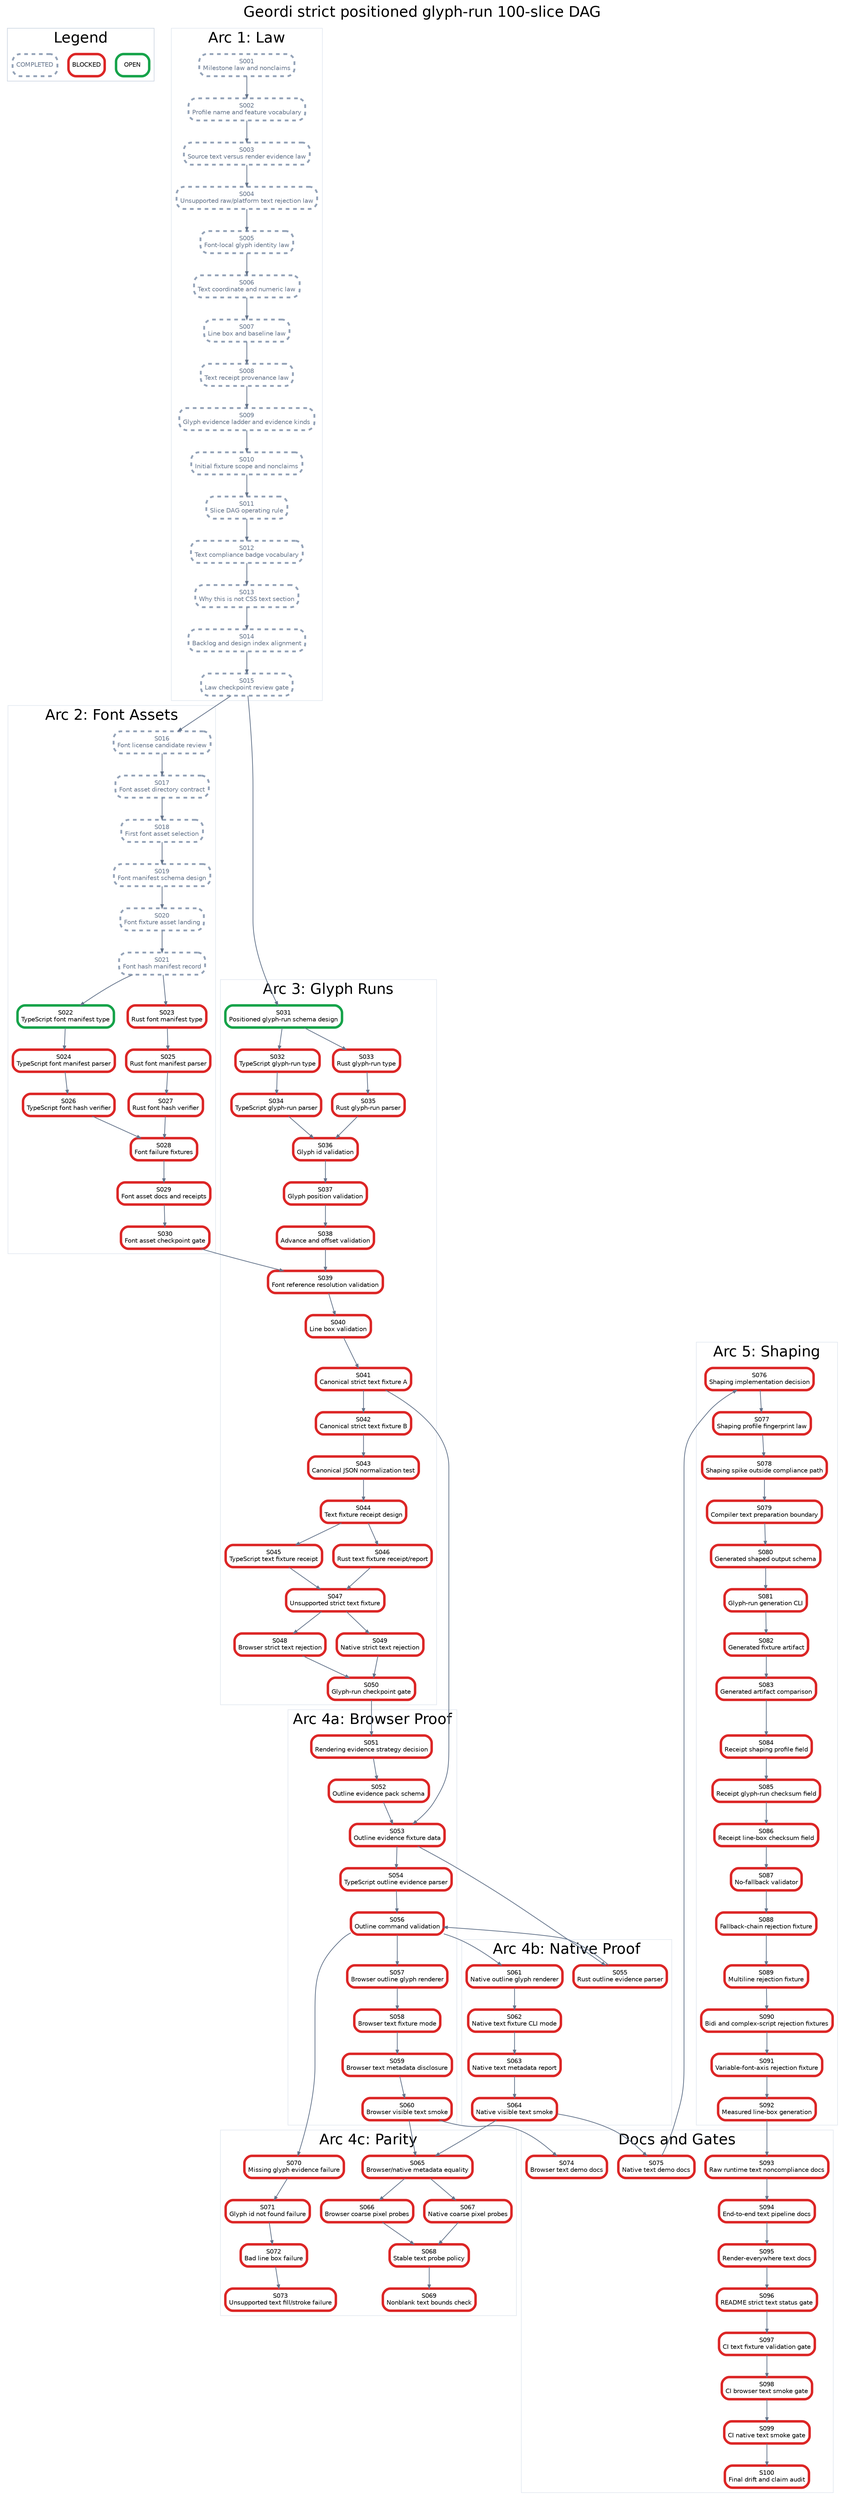
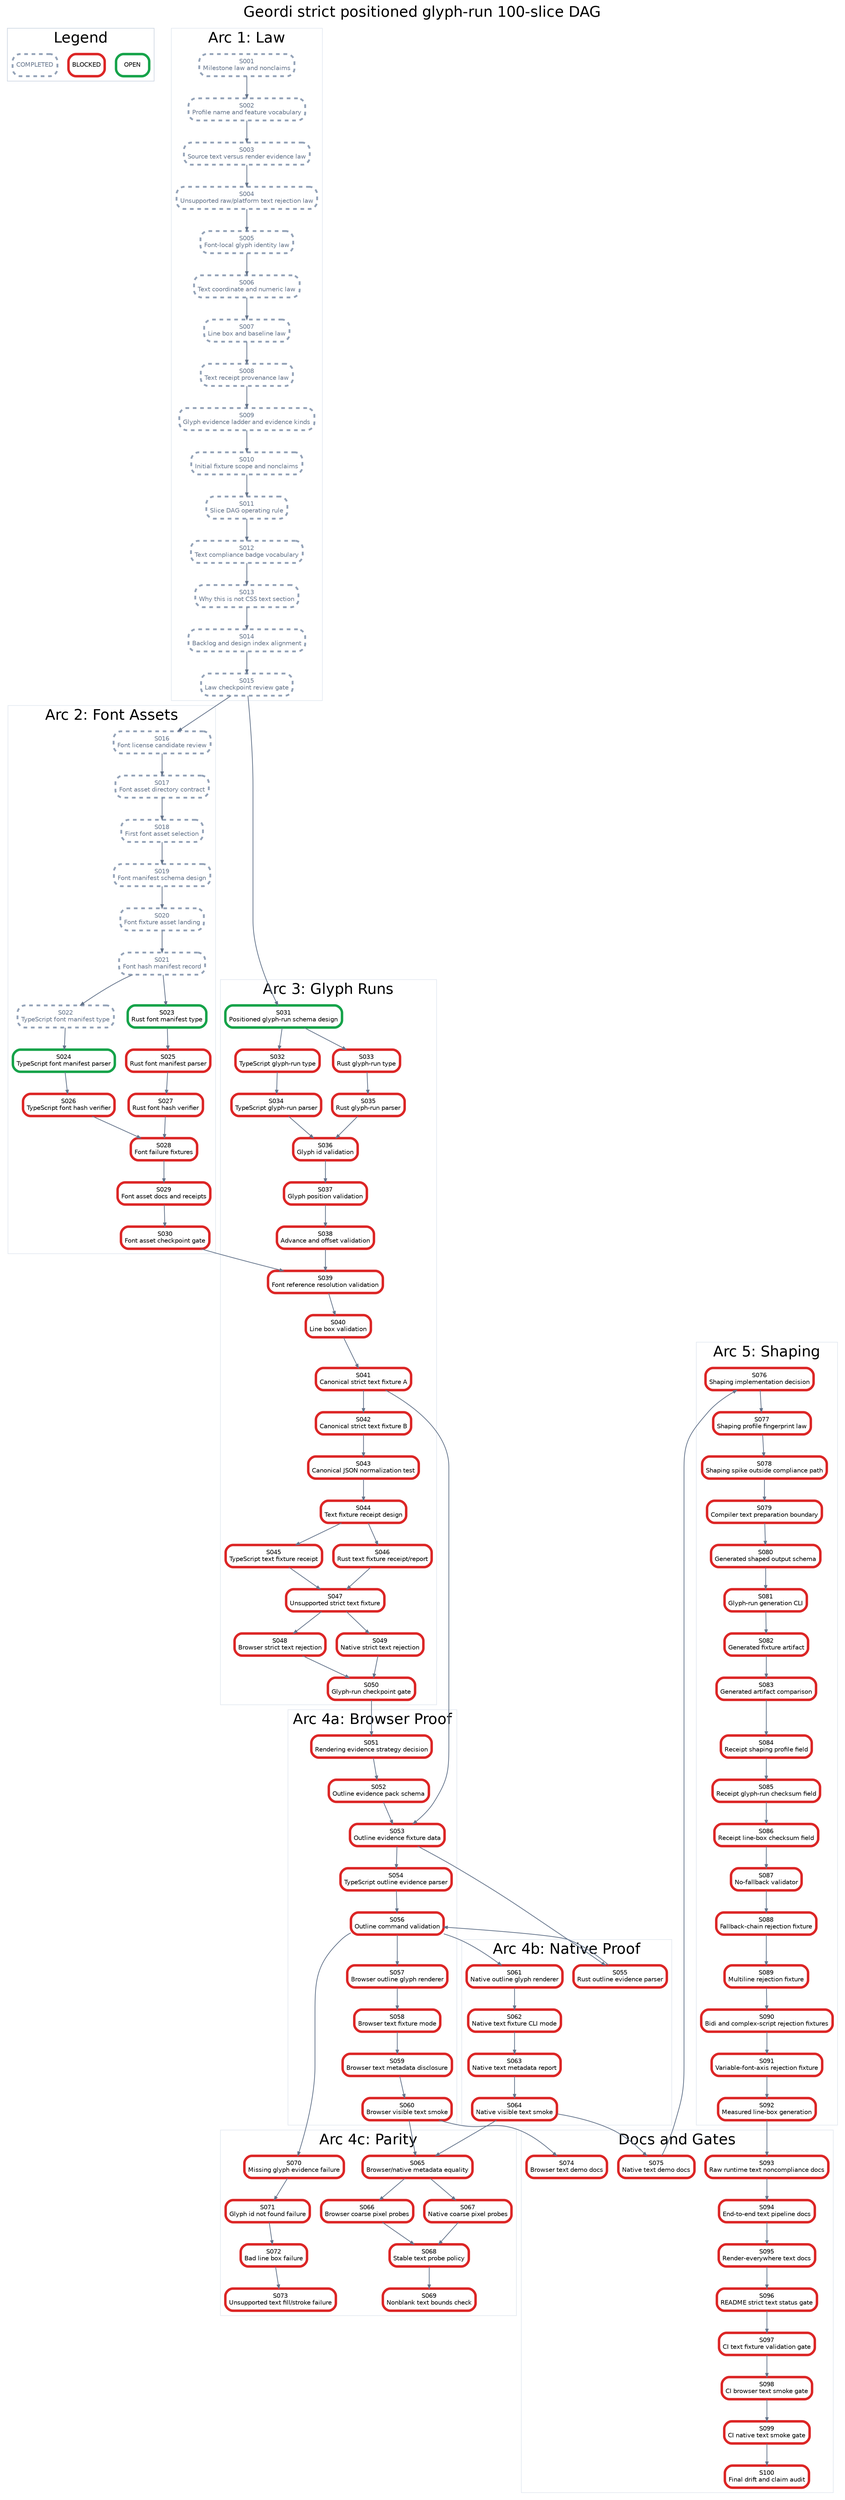
digraph StrictPositionedGlyphRunPlan {
  graph [rankdir=TB, bgcolor="white", fontname="Helvetica", label="Geordi strict positioned glyph-run 100-slice DAG", labelloc="t", fontsize=24];
  node [shape=box, style="rounded,filled", fillcolor="white", fontname="Helvetica", fontsize=10, margin="0.08,0.05"];
  edge [color="#64748b", arrowsize=0.6, penwidth=1.2];

  subgraph cluster_legend {
    label="Legend";
    color="#cbd5e1";
    legend_open [label="OPEN", color="#16a34a", penwidth=4];
    legend_blocked [label="BLOCKED", color="#dc2626", penwidth=4];
    legend_done [label="COMPLETED", color="#94a3b8", penwidth=3, style="rounded,filled,dashed", fontcolor="#64748b"];
  }

  subgraph cluster_law {
    label="Arc 1: Law";
    color="#e2e8f0";
    S001 [label="S001\nMilestone law and nonclaims", color="#94a3b8", penwidth=3, style="rounded,filled,dashed", fontcolor="#64748b"];
    S002 [label="S002\nProfile name and feature vocabulary", color="#94a3b8", penwidth=3, style="rounded,filled,dashed", fontcolor="#64748b"];
    S003 [label="S003\nSource text versus render evidence law", color="#94a3b8", penwidth=3, style="rounded,filled,dashed", fontcolor="#64748b"];
    S004 [label="S004\nUnsupported raw/platform text rejection law", color="#94a3b8", penwidth=3, style="rounded,filled,dashed", fontcolor="#64748b"];
    S005 [label="S005\nFont-local glyph identity law", color="#94a3b8", penwidth=3, style="rounded,filled,dashed", fontcolor="#64748b"];
    S006 [label="S006\nText coordinate and numeric law", color="#94a3b8", penwidth=3, style="rounded,filled,dashed", fontcolor="#64748b"];
    S007 [label="S007\nLine box and baseline law", color="#94a3b8", penwidth=3, style="rounded,filled,dashed", fontcolor="#64748b"];
    S008 [label="S008\nText receipt provenance law", color="#94a3b8", penwidth=3, style="rounded,filled,dashed", fontcolor="#64748b"];
    S009 [label="S009\nGlyph evidence ladder and evidence kinds", color="#94a3b8", penwidth=3, style="rounded,filled,dashed", fontcolor="#64748b"];
    S010 [label="S010\nInitial fixture scope and nonclaims", color="#94a3b8", penwidth=3, style="rounded,filled,dashed", fontcolor="#64748b"];
    S011 [label="S011\nSlice DAG operating rule", color="#94a3b8", penwidth=3, style="rounded,filled,dashed", fontcolor="#64748b"];
    S012 [label="S012\nText compliance badge vocabulary", color="#94a3b8", penwidth=3, style="rounded,filled,dashed", fontcolor="#64748b"];
    S013 [label="S013\nWhy this is not CSS text section", color="#94a3b8", penwidth=3, style="rounded,filled,dashed", fontcolor="#64748b"];
    S014 [label="S014\nBacklog and design index alignment", color="#94a3b8", penwidth=3, style="rounded,filled,dashed", fontcolor="#64748b"];
    S015 [label="S015\nLaw checkpoint review gate", color="#94a3b8", penwidth=3, style="rounded,filled,dashed", fontcolor="#64748b"];
  }

  subgraph cluster_assets {
    label="Arc 2: Font Assets";
    color="#e2e8f0";
    S016 [label="S016\nFont license candidate review", color="#94a3b8", penwidth=3, style="rounded,filled,dashed", fontcolor="#64748b"];
    S017 [label="S017\nFont asset directory contract", color="#94a3b8", penwidth=3, style="rounded,filled,dashed", fontcolor="#64748b"];
    S018 [label="S018\nFirst font asset selection", color="#94a3b8", penwidth=3, style="rounded,filled,dashed", fontcolor="#64748b"];
    S019 [label="S019\nFont manifest schema design", color="#94a3b8", penwidth=3, style="rounded,filled,dashed", fontcolor="#64748b"];
    S020 [label="S020\nFont fixture asset landing", color="#94a3b8", penwidth=3, style="rounded,filled,dashed", fontcolor="#64748b"];
    S021 [label="S021\nFont hash manifest record", color="#94a3b8", penwidth=3, style="rounded,filled,dashed", fontcolor="#64748b"];
-     S022 [label="S022\nTypeScript font manifest type", color="#16a34a", penwidth=4];
-     S023 [label="S023\nRust font manifest type", color="#dc2626", penwidth=4];
-     S024 [label="S024\nTypeScript font manifest parser", color="#dc2626", penwidth=4];
+     S022 [label="S022\nTypeScript font manifest type", color="#94a3b8", penwidth=3, style="rounded,filled,dashed", fontcolor="#64748b"];
+     S023 [label="S023\nRust font manifest type", color="#16a34a", penwidth=4];
+     S024 [label="S024\nTypeScript font manifest parser", color="#16a34a", penwidth=4];
    S025 [label="S025\nRust font manifest parser", color="#dc2626", penwidth=4];
    S026 [label="S026\nTypeScript font hash verifier", color="#dc2626", penwidth=4];
    S027 [label="S027\nRust font hash verifier", color="#dc2626", penwidth=4];
    S028 [label="S028\nFont failure fixtures", color="#dc2626", penwidth=4];
    S029 [label="S029\nFont asset docs and receipts", color="#dc2626", penwidth=4];
    S030 [label="S030\nFont asset checkpoint gate", color="#dc2626", penwidth=4];
  }

  subgraph cluster_glyph {
    label="Arc 3: Glyph Runs";
    color="#e2e8f0";
    S031 [label="S031\nPositioned glyph-run schema design", color="#16a34a", penwidth=4];
    S032 [label="S032\nTypeScript glyph-run type", color="#dc2626", penwidth=4];
    S033 [label="S033\nRust glyph-run type", color="#dc2626", penwidth=4];
    S034 [label="S034\nTypeScript glyph-run parser", color="#dc2626", penwidth=4];
    S035 [label="S035\nRust glyph-run parser", color="#dc2626", penwidth=4];
    S036 [label="S036\nGlyph id validation", color="#dc2626", penwidth=4];
    S037 [label="S037\nGlyph position validation", color="#dc2626", penwidth=4];
    S038 [label="S038\nAdvance and offset validation", color="#dc2626", penwidth=4];
    S039 [label="S039\nFont reference resolution validation", color="#dc2626", penwidth=4];
    S040 [label="S040\nLine box validation", color="#dc2626", penwidth=4];
    S041 [label="S041\nCanonical strict text fixture A", color="#dc2626", penwidth=4];
    S042 [label="S042\nCanonical strict text fixture B", color="#dc2626", penwidth=4];
    S043 [label="S043\nCanonical JSON normalization test", color="#dc2626", penwidth=4];
    S044 [label="S044\nText fixture receipt design", color="#dc2626", penwidth=4];
    S045 [label="S045\nTypeScript text fixture receipt", color="#dc2626", penwidth=4];
    S046 [label="S046\nRust text fixture receipt/report", color="#dc2626", penwidth=4];
    S047 [label="S047\nUnsupported strict text fixture", color="#dc2626", penwidth=4];
    S048 [label="S048\nBrowser strict text rejection", color="#dc2626", penwidth=4];
    S049 [label="S049\nNative strict text rejection", color="#dc2626", penwidth=4];
    S050 [label="S050\nGlyph-run checkpoint gate", color="#dc2626", penwidth=4];
  }

  subgraph cluster_browser {
    label="Arc 4a: Browser Proof";
    color="#e2e8f0";
    S051 [label="S051\nRendering evidence strategy decision", color="#dc2626", penwidth=4];
    S052 [label="S052\nOutline evidence pack schema", color="#dc2626", penwidth=4];
    S053 [label="S053\nOutline evidence fixture data", color="#dc2626", penwidth=4];
    S054 [label="S054\nTypeScript outline evidence parser", color="#dc2626", penwidth=4];
    S056 [label="S056\nOutline command validation", color="#dc2626", penwidth=4];
    S057 [label="S057\nBrowser outline glyph renderer", color="#dc2626", penwidth=4];
    S058 [label="S058\nBrowser text fixture mode", color="#dc2626", penwidth=4];
    S059 [label="S059\nBrowser text metadata disclosure", color="#dc2626", penwidth=4];
    S060 [label="S060\nBrowser visible text smoke", color="#dc2626", penwidth=4];
  }

  subgraph cluster_native {
    label="Arc 4b: Native Proof";
    color="#e2e8f0";
    S055 [label="S055\nRust outline evidence parser", color="#dc2626", penwidth=4];
    S061 [label="S061\nNative outline glyph renderer", color="#dc2626", penwidth=4];
    S062 [label="S062\nNative text fixture CLI mode", color="#dc2626", penwidth=4];
    S063 [label="S063\nNative text metadata report", color="#dc2626", penwidth=4];
    S064 [label="S064\nNative visible text smoke", color="#dc2626", penwidth=4];
  }

  subgraph cluster_parity {
    label="Arc 4c: Parity";
    color="#e2e8f0";
    S065 [label="S065\nBrowser/native metadata equality", color="#dc2626", penwidth=4];
    S066 [label="S066\nBrowser coarse pixel probes", color="#dc2626", penwidth=4];
    S067 [label="S067\nNative coarse pixel probes", color="#dc2626", penwidth=4];
    S068 [label="S068\nStable text probe policy", color="#dc2626", penwidth=4];
    S069 [label="S069\nNonblank text bounds check", color="#dc2626", penwidth=4];
    S070 [label="S070\nMissing glyph evidence failure", color="#dc2626", penwidth=4];
    S071 [label="S071\nGlyph id not found failure", color="#dc2626", penwidth=4];
    S072 [label="S072\nBad line box failure", color="#dc2626", penwidth=4];
    S073 [label="S073\nUnsupported text fill/stroke failure", color="#dc2626", penwidth=4];
  }

  subgraph cluster_shaping {
    label="Arc 5: Shaping";
    color="#e2e8f0";
    S076 [label="S076\nShaping implementation decision", color="#dc2626", penwidth=4];
    S077 [label="S077\nShaping profile fingerprint law", color="#dc2626", penwidth=4];
    S078 [label="S078\nShaping spike outside compliance path", color="#dc2626", penwidth=4];
    S079 [label="S079\nCompiler text preparation boundary", color="#dc2626", penwidth=4];
    S080 [label="S080\nGenerated shaped output schema", color="#dc2626", penwidth=4];
    S081 [label="S081\nGlyph-run generation CLI", color="#dc2626", penwidth=4];
    S082 [label="S082\nGenerated fixture artifact", color="#dc2626", penwidth=4];
    S083 [label="S083\nGenerated artifact comparison", color="#dc2626", penwidth=4];
    S084 [label="S084\nReceipt shaping profile field", color="#dc2626", penwidth=4];
    S085 [label="S085\nReceipt glyph-run checksum field", color="#dc2626", penwidth=4];
    S086 [label="S086\nReceipt line-box checksum field", color="#dc2626", penwidth=4];
    S087 [label="S087\nNo-fallback validator", color="#dc2626", penwidth=4];
    S088 [label="S088\nFallback-chain rejection fixture", color="#dc2626", penwidth=4];
    S089 [label="S089\nMultiline rejection fixture", color="#dc2626", penwidth=4];
    S090 [label="S090\nBidi and complex-script rejection fixtures", color="#dc2626", penwidth=4];
    S091 [label="S091\nVariable-font-axis rejection fixture", color="#dc2626", penwidth=4];
    S092 [label="S092\nMeasured line-box generation", color="#dc2626", penwidth=4];
  }

  subgraph cluster_docs {
    label="Docs and Gates";
    color="#e2e8f0";
    S074 [label="S074\nBrowser text demo docs", color="#dc2626", penwidth=4];
    S075 [label="S075\nNative text demo docs", color="#dc2626", penwidth=4];
    S093 [label="S093\nRaw runtime text noncompliance docs", color="#dc2626", penwidth=4];
    S094 [label="S094\nEnd-to-end text pipeline docs", color="#dc2626", penwidth=4];
    S095 [label="S095\nRender-everywhere text docs", color="#dc2626", penwidth=4];
    S096 [label="S096\nREADME strict text status gate", color="#dc2626", penwidth=4];
    S097 [label="S097\nCI text fixture validation gate", color="#dc2626", penwidth=4];
    S098 [label="S098\nCI browser text smoke gate", color="#dc2626", penwidth=4];
    S099 [label="S099\nCI native text smoke gate", color="#dc2626", penwidth=4];
    S100 [label="S100\nFinal drift and claim audit", color="#dc2626", penwidth=4];
  }

  S001 -> S002;
  S002 -> S003;
  S003 -> S004;
  S004 -> S005;
  S005 -> S006;
  S006 -> S007;
  S007 -> S008;
  S008 -> S009;
  S009 -> S010;
  S010 -> S011;
  S011 -> S012;
  S012 -> S013;
  S013 -> S014;
  S014 -> S015;
  S015 -> S016;
  S016 -> S017;
  S017 -> S018;
  S018 -> S019;
  S019 -> S020;
  S020 -> S021;
  S021 -> S022;
  S021 -> S023;
  S022 -> S024;
  S023 -> S025;
  S024 -> S026;
  S025 -> S027;
  S026 -> S028;
  S027 -> S028;
  S028 -> S029;
  S029 -> S030;
  S015 -> S031;
  S031 -> S032;
  S031 -> S033;
  S032 -> S034;
  S033 -> S035;
  S034 -> S036;
  S035 -> S036;
  S036 -> S037;
  S037 -> S038;
  S038 -> S039;
  S039 -> S040;
  S030 -> S039;
  S040 -> S041;
  S041 -> S042;
  S042 -> S043;
  S043 -> S044;
  S044 -> S045;
  S044 -> S046;
  S045 -> S047;
  S046 -> S047;
  S047 -> S048;
  S047 -> S049;
  S048 -> S050;
  S049 -> S050;
  S050 -> S051;
  S051 -> S052;
  S052 -> S053;
  S041 -> S053;
  S053 -> S054;
  S053 -> S055;
  S054 -> S056;
  S055 -> S056;
  S056 -> S057;
  S057 -> S058;
  S058 -> S059;
  S059 -> S060;
  S056 -> S061;
  S061 -> S062;
  S062 -> S063;
  S063 -> S064;
  S060 -> S065;
  S064 -> S065;
  S065 -> S066;
  S065 -> S067;
  S066 -> S068;
  S067 -> S068;
  S068 -> S069;
  S056 -> S070;
  S070 -> S071;
  S071 -> S072;
  S072 -> S073;
  S060 -> S074;
  S064 -> S075;
  S075 -> S076;
  S076 -> S077;
  S077 -> S078;
  S078 -> S079;
  S079 -> S080;
  S080 -> S081;
  S081 -> S082;
  S082 -> S083;
  S083 -> S084;
  S084 -> S085;
  S085 -> S086;
  S086 -> S087;
  S087 -> S088;
  S088 -> S089;
  S089 -> S090;
  S090 -> S091;
  S091 -> S092;
  S092 -> S093;
  S093 -> S094;
  S094 -> S095;
  S095 -> S096;
  S096 -> S097;
  S097 -> S098;
  S098 -> S099;
  S099 -> S100;
}
